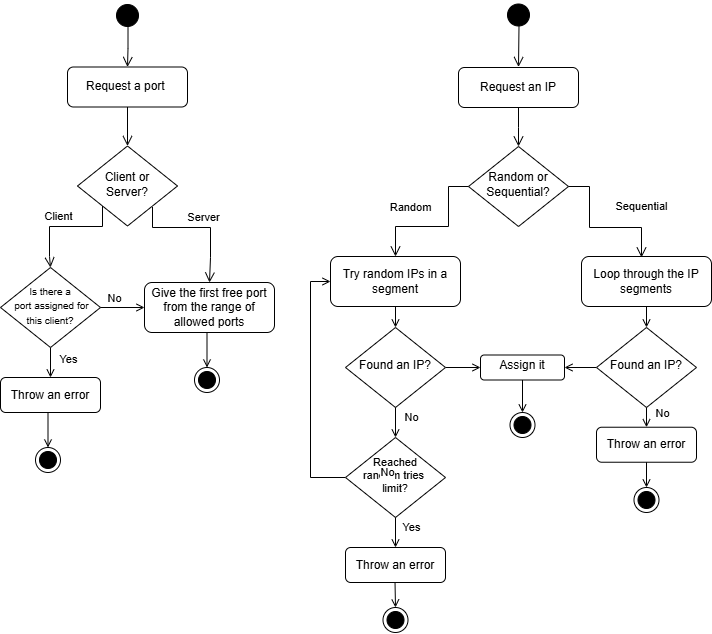
Earlier version of the draw.io export Diagrams/Activity Diagram.drawio.png (Abdullllaah/Ip-Allocator). Source tidied: cells renumbered, new cells last; positions are measured from the earlier drawing's top-left corner, leaving out a move shared by most shapes.
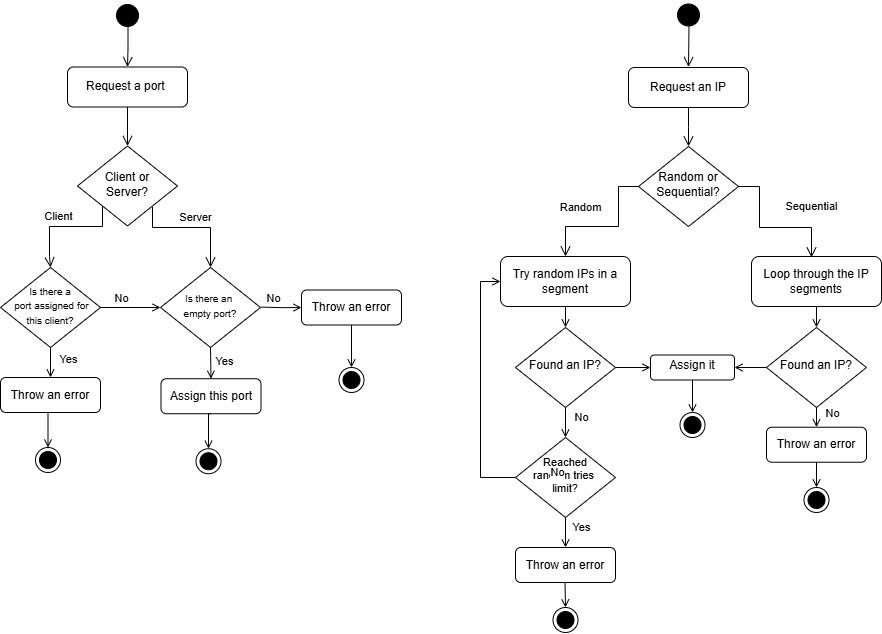
Later version of the same file.

Commit message:
Detekt config Edit Activity Diagram Edit Database Schema

The edit, as a diff of the source:
```diff
@@ -44,31 +44,26 @@
       <mxGeometry relative="1" as="geometry" />
     </mxCell>
     <mxCell id="11" value="Request a port&amp;nbsp;" style="rounded=1;whiteSpace=wrap;html=1;fontSize=12;glass=0;strokeWidth=1;shadow=0;" parent="1" vertex="1">
-      <mxGeometry x="67" y="67.5" width="120" height="40" as="geometry" />
+      <mxGeometry x="-103" y="67.5" width="120" height="40" as="geometry" />
     </mxCell>
     <mxCell id="12" value="Client or Server?" style="rhombus;whiteSpace=wrap;html=1;shadow=0;fontFamily=Helvetica;fontSize=12;align=center;strokeWidth=1;spacing=6;spacingTop=-4;" parent="1" vertex="1">
-      <mxGeometry x="77" y="146.5" width="100" height="80" as="geometry" />
+      <mxGeometry x="-93" y="146.5" width="100" height="80" as="geometry" />
     </mxCell>
-    <mxCell id="13" value="Give the first free port from the range of allowed ports" style="rounded=1;whiteSpace=wrap;html=1;fontSize=12;glass=0;strokeWidth=1;shadow=0;" parent="1" vertex="1">
-      <mxGeometry x="144" y="283" width="130" height="50" as="geometry" />
-    </mxCell>
-    <mxCell id="14" value="Server" style="rounded=0;html=1;jettySize=auto;fontSize=11;endArrow=open;endFill=0;endSize=8;strokeWidth=1;shadow=0;labelBackgroundColor=none;edgeStyle=orthogonalEdgeStyle;exitX=1;exitY=1;exitDx=0;exitDy=0;entryX=0.5;entryY=0;entryDx=0;entryDy=0;" parent="1" edge="1" target="13">
+    <mxCell id="14" value="Server" style="rounded=0;html=1;jettySize=auto;fontSize=11;endArrow=open;endFill=0;endSize=8;strokeWidth=1;shadow=0;labelBackgroundColor=none;edgeStyle=orthogonalEdgeStyle;exitX=1;exitY=1;exitDx=0;exitDy=0;entryX=0.5;entryY=0;entryDx=0;entryDy=0;" parent="1" edge="1" target="53">
       <mxGeometry x="0.07" y="10" relative="1" as="geometry">
-        <mxPoint x="152" y="207.5" as="sourcePoint" />
+        <mxPoint x="-18" y="207.5" as="sourcePoint" />
         <Array as="points">
-          <mxPoint x="152" y="228" />
-          <mxPoint x="210" y="228" />
-          <mxPoint x="210" y="258" />
-          <mxPoint x="209" y="258" />
+          <mxPoint x="-18" y="228" />
+          <mxPoint x="40" y="228" />
         </Array>
       </mxGeometry>
     </mxCell>
     <mxCell id="15" value="Client" style="rounded=0;html=1;jettySize=auto;fontSize=11;endArrow=open;endFill=0;endSize=8;strokeWidth=1;shadow=0;labelBackgroundColor=none;edgeStyle=orthogonalEdgeStyle;exitX=0;exitY=1;exitDx=0;exitDy=0;entryX=0.5;entryY=0;entryDx=0;entryDy=0;" parent="1" edge="1" source="12" target="18">
       <mxGeometry x="0.13" y="-10" relative="1" as="geometry">
         <Array as="points">
-          <mxPoint x="102" y="227" />
-          <mxPoint x="49" y="227" />
-          <mxPoint x="49" y="257" />
+          <mxPoint x="-68" y="227" />
+          <mxPoint x="-121" y="227" />
+          <mxPoint x="-121" y="257" />
         </Array>
       </mxGeometry>
     </mxCell>
@@ -81,12 +76,12 @@
       </mxGeometry>
     </mxCell>
     <mxCell id="18" value="&lt;font style=&quot;font-size: 10px;&quot;&gt;Is there a&lt;/font&gt;&lt;div&gt;&lt;font style=&quot;font-size: 10px;&quot;&gt;&amp;nbsp;port assigned for this client?&lt;/font&gt;&lt;/div&gt;" style="rhombus;whiteSpace=wrap;html=1;shadow=0;fontFamily=Helvetica;fontSize=12;align=center;strokeWidth=1;spacing=6;spacingTop=-4;" parent="1" vertex="1">
-      <mxGeometry y="268" width="100" height="80" as="geometry" />
+      <mxGeometry x="-170" y="268" width="100" height="80" as="geometry" />
     </mxCell>
     <mxCell id="19" value="Throw an error" style="rounded=1;whiteSpace=wrap;html=1;fontSize=12;glass=0;strokeWidth=1;shadow=0;" parent="1" vertex="1">
-      <mxGeometry y="378" width="100" height="35" as="geometry" />
+      <mxGeometry x="-170" y="378" width="100" height="35" as="geometry" />
     </mxCell>
-    <mxCell id="20" style="edgeStyle=orthogonalEdgeStyle;rounded=0;jettySize=auto;html=1;endArrow=open;endFill=0;exitX=1;exitY=0.5;exitDx=0;exitDy=0;entryX=0;entryY=0.5;entryDx=0;entryDy=0;" parent="1" edge="1" source="18" target="13">
+    <mxCell id="20" style="edgeStyle=orthogonalEdgeStyle;rounded=0;jettySize=auto;html=1;endArrow=open;endFill=0;exitX=1;exitY=0.5;exitDx=0;exitDy=0;entryX=0;entryY=0.5;entryDx=0;entryDy=0;" parent="1" edge="1" source="18" target="53">
       <mxGeometry relative="1" as="geometry" />
     </mxCell>
     <mxCell id="21" value="No" style="edgeLabel;html=1;align=center;verticalAlign=middle;" parent="20" vertex="1">
@@ -95,7 +90,7 @@
       </mxGeometry>
     </mxCell>
     <mxCell id="22" style="ellipse;html=1;shape=startState;fillColor=#000000;strokeColor=light-dark(#000000, #ff9090);fontColor=default;" parent="1" vertex="1">
-      <mxGeometry x="112" y="1" width="30" height="30" as="geometry" />
+      <mxGeometry x="-58" y="1" width="30" height="30" as="geometry" />
     </mxCell>
     <mxCell id="23" style="edgeStyle=orthogonalEdgeStyle;html=1;verticalAlign=bottom;endArrow=open;endSize=8;strokeColor=light-dark(#000000, #ff9090);rounded=0;entryX=0.5;entryY=0;entryDx=0;entryDy=0;fontColor=default;exitX=0.517;exitY=0.829;exitDx=0;exitDy=0;exitPerimeter=0;" parent="1" edge="1" source="22" target="11">
       <mxGeometry relative="1" as="geometry" />
@@ -109,21 +104,13 @@
       </mxGeometry>
     </mxCell>
     <mxCell id="26" style="ellipse;html=1;shape=endState;fillColor=#000000;strokeColor=light-dark(#000000, #ff9090);rotation=0;" parent="1" vertex="1">
-      <mxGeometry x="35" y="448" width="25" height="25" as="geometry" />
+      <mxGeometry x="-135" y="448" width="25" height="25" as="geometry" />
     </mxCell>
     <mxCell id="27" style="edgeStyle=orthogonalEdgeStyle;rounded=0;jettySize=auto;html=1;endArrow=open;endFill=0;entryX=0.5;entryY=0;entryDx=0;entryDy=0;" parent="1" edge="1" target="26">
       <mxGeometry relative="1" as="geometry">
-        <mxPoint x="49.5" y="413" as="sourcePoint" />
+        <mxPoint x="-120.5" y="413" as="sourcePoint" />
       </mxGeometry>
     </mxCell>
-    <mxCell id="28" style="ellipse;html=1;shape=endState;fillColor=#000000;strokeColor=light-dark(#000000, #ff9090);rotation=0;" parent="1" vertex="1">
-      <mxGeometry x="194" y="368" width="25" height="25" as="geometry" />
-    </mxCell>
-    <mxCell id="29" style="edgeStyle=orthogonalEdgeStyle;rounded=0;jettySize=auto;html=1;endArrow=open;endFill=0;entryX=0.5;entryY=0;entryDx=0;entryDy=0;" parent="1" edge="1" target="28">
-      <mxGeometry relative="1" as="geometry">
-        <mxPoint x="208.5" y="333" as="sourcePoint" />
-      </mxGeometry>
-    </mxCell>
     <mxCell id="30" style="edgeStyle=orthogonalEdgeStyle;rounded=0;jettySize=auto;html=1;endArrow=open;endFill=0;" parent="1" edge="1" source="31" target="50">
       <mxGeometry relative="1" as="geometry" />
     </mxCell>
@@ -203,5 +190,46 @@
     <mxCell id="52" style="edgeStyle=orthogonalEdgeStyle;rounded=0;jettySize=auto;html=1;endArrow=open;endFill=0;entryX=0.5;entryY=0;entryDx=0;entryDy=0;exitX=0.5;exitY=1;exitDx=0;exitDy=0;" parent="1" edge="1" source="50" target="51">
       <mxGeometry relative="1" as="geometry" />
     </mxCell>
+    <mxCell id="53" value="&lt;span style=&quot;font-size: 10px;&quot;&gt;Is there an&amp;nbsp;&lt;/span&gt;&lt;div&gt;&lt;span style=&quot;font-size: 10px;&quot;&gt;empty port?&lt;/span&gt;&lt;/div&gt;" style="rhombus;whiteSpace=wrap;html=1;shadow=0;fontFamily=Helvetica;fontSize=12;align=center;strokeWidth=1;spacing=6;spacingTop=-4;" parent="1" vertex="1">
+      <mxGeometry x="-10" y="268" width="100" height="80" as="geometry" />
+    </mxCell>
+    <mxCell id="54" style="edgeStyle=orthogonalEdgeStyle;rounded=0;jettySize=auto;html=1;endArrow=open;endFill=0;entryX=0.5;entryY=0;entryDx=0;entryDy=0;exitX=0.5;exitY=1;exitDx=0;exitDy=0;" parent="1" edge="1" source="53" target="56">
+      <mxGeometry relative="1" as="geometry" />
+    </mxCell>
+    <mxCell id="55" value="Yes" style="edgeLabel;html=1;align=center;verticalAlign=middle;" parent="54" vertex="1">
+      <mxGeometry x="-0.17" y="-6" relative="1" as="geometry">
+        <mxPoint x="19" as="offset" />
+      </mxGeometry>
+    </mxCell>
+    <mxCell id="56" value="Assign this port" style="rounded=1;whiteSpace=wrap;html=1;fontSize=12;glass=0;strokeWidth=1;shadow=0;" parent="1" vertex="1">
+      <mxGeometry x="-9.5" y="379.2" width="100" height="35" as="geometry" />
+    </mxCell>
+    <mxCell id="57" style="ellipse;html=1;shape=endState;fillColor=#000000;strokeColor=light-dark(#000000, #ff9090);rotation=0;" parent="1" vertex="1">
+      <mxGeometry x="25.5" y="449.2" width="25" height="25" as="geometry" />
+    </mxCell>
+    <mxCell id="58" style="edgeStyle=orthogonalEdgeStyle;rounded=0;jettySize=auto;html=1;endArrow=open;endFill=0;entryX=0.5;entryY=0;entryDx=0;entryDy=0;" parent="1" edge="1" target="57">
+      <mxGeometry relative="1" as="geometry">
+        <mxPoint x="40" y="414.2" as="sourcePoint" />
+      </mxGeometry>
+    </mxCell>
+    <mxCell id="59" style="edgeStyle=orthogonalEdgeStyle;rounded=0;jettySize=auto;html=1;endArrow=open;endFill=0;exitX=1;exitY=0.5;exitDx=0;exitDy=0;entryX=0;entryY=0.5;entryDx=0;entryDy=0;" parent="1" edge="1" target="62">
+      <mxGeometry relative="1" as="geometry">
+        <mxPoint x="90.5" y="307.6" as="sourcePoint" />
+      </mxGeometry>
+    </mxCell>
+    <mxCell id="60" value="No" style="edgeLabel;html=1;align=center;verticalAlign=middle;" parent="59" vertex="1">
+      <mxGeometry x="-0.17" y="-6" relative="1" as="geometry">
+        <mxPoint x="-5" y="-16" as="offset" />
+      </mxGeometry>
+    </mxCell>
+    <mxCell id="61" style="edgeStyle=orthogonalEdgeStyle;rounded=0;jettySize=auto;html=1;endArrow=open;endFill=0;" parent="1" edge="1" source="62" target="63">
+      <mxGeometry relative="1" as="geometry" />
+    </mxCell>
+    <mxCell id="62" value="Throw an error" style="rounded=1;whiteSpace=wrap;html=1;fontSize=12;glass=0;strokeWidth=1;shadow=0;" parent="1" vertex="1">
+      <mxGeometry x="131" y="290.5" width="100" height="35" as="geometry" />
+    </mxCell>
+    <mxCell id="63" style="ellipse;html=1;shape=endState;fillColor=#000000;strokeColor=light-dark(#000000, #ff9090);rotation=0;" parent="1" vertex="1">
+      <mxGeometry x="168.5" y="368" width="25" height="25" as="geometry" />
+    </mxCell>
   </root>
 </mxGraphModel>
```
